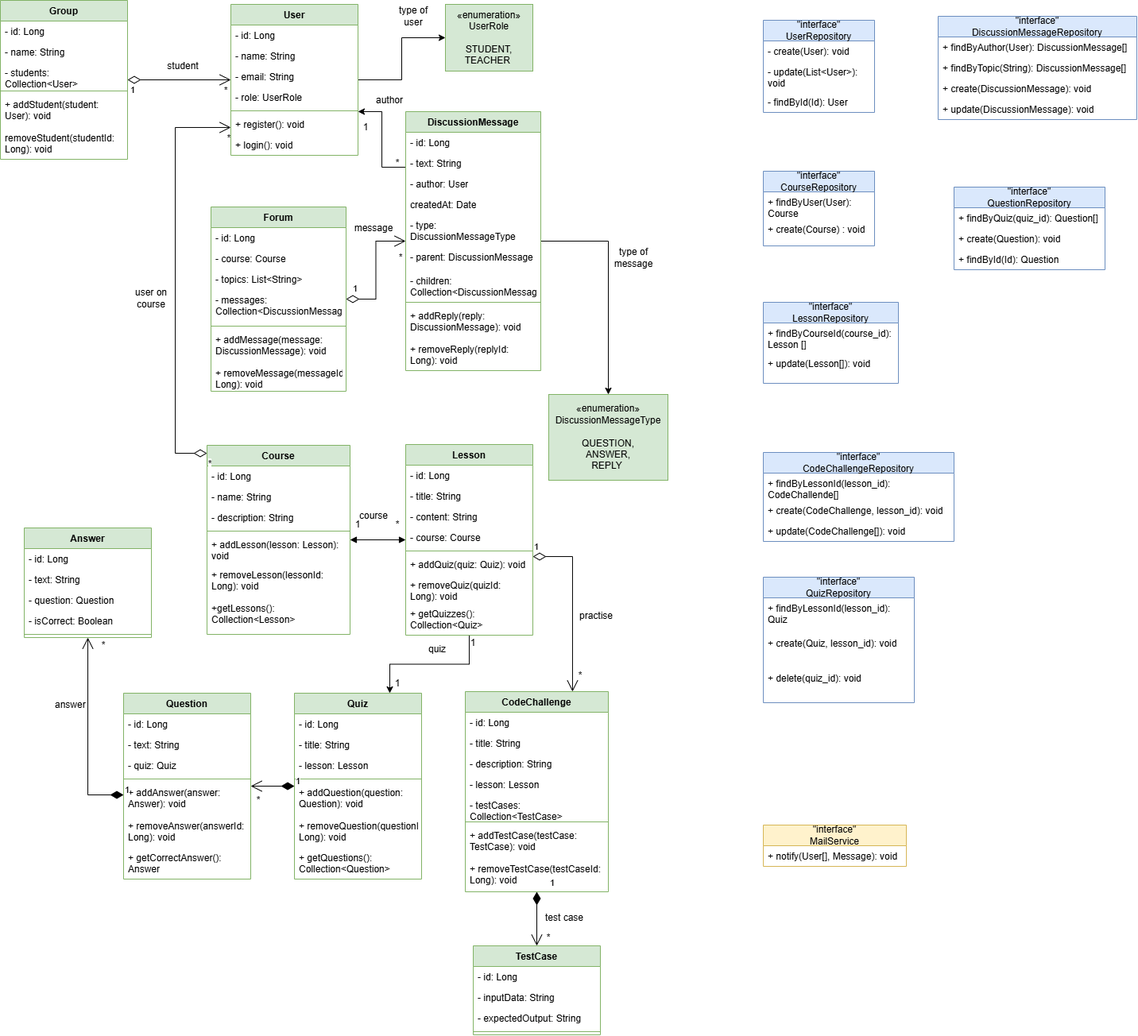
This is akademia_diagram.png from NikolajHon/Academy_Backend, a draw.io export, as it was before one commit. Source tidied: cells renumbered, new cells last; positions are measured from the earlier drawing's top-left corner, leaving out a move shared by most shapes.
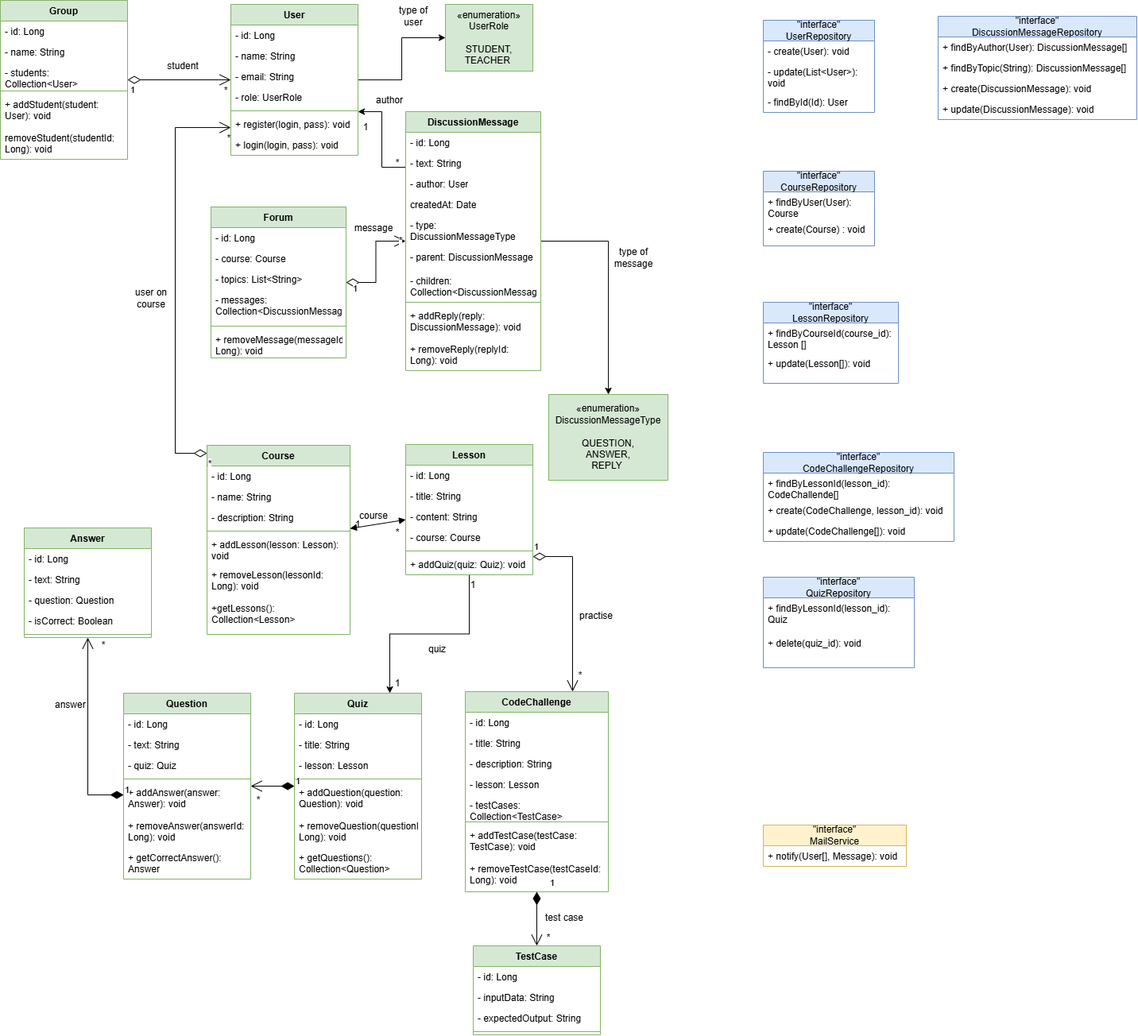
The same file after the commit.

Commit message:
fixed the links in the diagram

What changed in the source:
```diff
@@ -30,7 +30,7 @@
       <mxGeometry relative="1" as="geometry" />
     </mxCell>
     <mxCell id="11" value="Lesson " style="swimlane;fontStyle=1;align=center;verticalAlign=top;horizontal=1;startSize=26;whiteSpace=wrap;html=1;fillColor=#d5e8d4;strokeColor=#82b366;" parent="1" vertex="1">
-      <mxGeometry x="510" y="559" width="160" height="240" as="geometry" />
+      <mxGeometry x="510" y="559" width="160" height="164" as="geometry" />
     </mxCell>
     <mxCell id="12" value="- id: Long" style="text;strokeColor=none;fillColor=none;align=left;verticalAlign=top;spacingLeft=4;spacingRight=4;overflow=hidden;whiteSpace=wrap;html=1;" parent="11" vertex="1">
       <mxGeometry y="26" width="160" height="26" as="geometry" />
@@ -50,12 +50,6 @@
     <mxCell id="17" value="+&amp;nbsp;addQuiz(quiz: Quiz): void" style="text;strokeColor=none;fillColor=none;align=left;verticalAlign=top;spacingLeft=4;spacingRight=4;overflow=hidden;whiteSpace=wrap;html=1;" parent="11" vertex="1">
       <mxGeometry y="138" width="160" height="26" as="geometry" />
     </mxCell>
-    <mxCell id="18" value="+&amp;nbsp;removeQuiz(quizId: Long): void" style="text;strokeColor=none;fillColor=none;align=left;verticalAlign=top;spacingLeft=4;spacingRight=4;overflow=hidden;whiteSpace=wrap;html=1;" parent="11" vertex="1">
-      <mxGeometry y="164" width="160" height="36" as="geometry" />
-    </mxCell>
-    <mxCell id="19" value="+&amp;nbsp;getQuizzes(): Collection&amp;lt;Quiz&amp;gt;" style="text;strokeColor=none;fillColor=none;align=left;verticalAlign=top;spacingLeft=4;spacingRight=4;overflow=hidden;whiteSpace=wrap;html=1;" parent="11" vertex="1">
-      <mxGeometry y="200" width="160" height="40" as="geometry" />
-    </mxCell>
     <mxCell id="20" value="Quiz " style="swimlane;fontStyle=1;align=center;verticalAlign=top;horizontal=1;startSize=26;whiteSpace=wrap;html=1;fillColor=#d5e8d4;strokeColor=#82b366;" parent="1" vertex="1">
       <mxGeometry x="370" y="872" width="160" height="234" as="geometry" />
     </mxCell>
@@ -165,7 +159,7 @@
       <mxGeometry y="104" width="160" height="8" as="geometry" />
     </mxCell>
     <mxCell id="56" value="Forum " style="swimlane;fontStyle=1;align=center;verticalAlign=top;horizontal=1;startSize=26;whiteSpace=wrap;html=1;fillColor=#d5e8d4;strokeColor=#82b366;" parent="1" vertex="1">
-      <mxGeometry x="265" y="260" width="170" height="232" as="geometry" />
+      <mxGeometry x="265" y="260" width="170" height="190" as="geometry" />
     </mxCell>
     <mxCell id="57" value="-&amp;nbsp;id: Long" style="text;strokeColor=none;fillColor=none;align=left;verticalAlign=top;spacingLeft=4;spacingRight=4;overflow=hidden;whiteSpace=wrap;html=1;" parent="56" vertex="1">
       <mxGeometry y="26" width="170" height="26" as="geometry" />
@@ -182,11 +176,8 @@
     <mxCell id="61" style="line;strokeWidth=1;fillColor=none;align=left;verticalAlign=middle;spacingTop=-1;spacingLeft=3;spacingRight=3;labelPosition=right;strokeColor=inherit;" parent="56" vertex="1">
       <mxGeometry y="146" width="170" height="8" as="geometry" />
     </mxCell>
-    <mxCell id="62" value="+&amp;nbsp;addMessage(message: DiscussionMessage): void" style="text;strokeColor=none;fillColor=none;align=left;verticalAlign=top;spacingLeft=4;spacingRight=4;overflow=hidden;whiteSpace=wrap;html=1;" parent="56" vertex="1">
-      <mxGeometry y="154" width="170" height="42" as="geometry" />
-    </mxCell>
     <mxCell id="63" value="+&amp;nbsp;removeMessage(messageId: Long): void" style="text;strokeColor=none;fillColor=none;align=left;verticalAlign=top;spacingLeft=4;spacingRight=4;overflow=hidden;whiteSpace=wrap;html=1;" parent="56" vertex="1">
-      <mxGeometry y="196" width="170" height="36" as="geometry" />
+      <mxGeometry y="154" width="170" height="36" as="geometry" />
     </mxCell>
     <mxCell id="64" style="edgeStyle=orthogonalEdgeStyle;rounded=0;jettySize=auto;html=1;" parent="1" edge="1" source="66" target="94">
       <mxGeometry relative="1" as="geometry" />
@@ -253,10 +244,10 @@
     <mxCell id="83" style="line;strokeWidth=1;fillColor=none;align=left;verticalAlign=middle;spacingTop=-1;spacingLeft=3;spacingRight=3;labelPosition=right;strokeColor=inherit;" parent="78" vertex="1">
       <mxGeometry y="130" width="160" height="8" as="geometry" />
     </mxCell>
-    <mxCell id="84" value="+ register(): void" style="text;strokeColor=none;fillColor=none;align=left;verticalAlign=top;spacingLeft=4;spacingRight=4;overflow=hidden;whiteSpace=wrap;html=1;" parent="78" vertex="1">
+    <mxCell id="84" value="+ register(login, pass): void" style="text;strokeColor=none;fillColor=none;align=left;verticalAlign=top;spacingLeft=4;spacingRight=4;overflow=hidden;whiteSpace=wrap;html=1;" parent="78" vertex="1">
       <mxGeometry y="138" width="160" height="26" as="geometry" />
     </mxCell>
-    <mxCell id="85" value="+ login(): void" style="text;strokeColor=none;fillColor=none;align=left;verticalAlign=top;spacingLeft=4;spacingRight=4;overflow=hidden;whiteSpace=wrap;html=1;" parent="78" vertex="1">
+    <mxCell id="85" value="+ login(login, pass): void" style="text;strokeColor=none;fillColor=none;align=left;verticalAlign=top;spacingLeft=4;spacingRight=4;overflow=hidden;whiteSpace=wrap;html=1;" parent="78" vertex="1">
       <mxGeometry y="164" width="160" height="26" as="geometry" />
     </mxCell>
     <mxCell id="86" value="Group " style="swimlane;fontStyle=1;align=center;verticalAlign=top;horizontal=1;startSize=26;whiteSpace=wrap;html=1;fillColor=#d5e8d4;strokeColor=#82b366;" parent="1" vertex="1">
@@ -403,19 +394,16 @@
       <mxGeometry y="86" width="240" height="26" as="geometry" />
     </mxCell>
     <mxCell id="126" value="&quot;interface&quot;&lt;div&gt;QuizRepository&lt;/div&gt;" style="swimlane;fontStyle=0;horizontal=1;startSize=26;fillColor=#dae8fc;whiteSpace=wrap;html=1;strokeColor=#6c8ebf;" parent="1" vertex="1">
-      <mxGeometry x="960" y="726" width="190" height="158" as="geometry" />
+      <mxGeometry x="960" y="726" width="190" height="114" as="geometry" />
     </mxCell>
     <mxCell id="127" value="+ findByLessonId(lesson_id): Quiz" style="text;strokeColor=none;fillColor=none;align=left;verticalAlign=top;spacingLeft=4;spacingRight=4;overflow=hidden;whiteSpace=wrap;html=1;" parent="126" vertex="1">
       <mxGeometry y="26" width="190" height="44" as="geometry" />
     </mxCell>
-    <mxCell id="128" value="+ create(Quiz, lesson_id): void" style="text;strokeColor=none;fillColor=none;align=left;verticalAlign=top;spacingLeft=4;spacingRight=4;overflow=hidden;whiteSpace=wrap;html=1;" parent="126" vertex="1">
-      <mxGeometry y="70" width="190" height="44" as="geometry" />
-    </mxCell>
     <mxCell id="129" value="+ delete(quiz_id): void" style="text;strokeColor=none;fillColor=none;align=left;verticalAlign=top;spacingLeft=4;spacingRight=4;overflow=hidden;whiteSpace=wrap;html=1;" parent="126" vertex="1">
-      <mxGeometry y="114" width="190" height="44" as="geometry" />
+      <mxGeometry y="70" width="190" height="44" as="geometry" />
     </mxCell>
     <mxCell id="130" value="1" style="text;strokeColor=none;align=center;fillColor=none;html=1;verticalAlign=middle;whiteSpace=wrap;rounded=0;" parent="1" vertex="1">
-      <mxGeometry x="585" y="799" width="20" height="20" as="geometry" />
+      <mxGeometry x="585" y="726" width="20" height="20" as="geometry" />
     </mxCell>
     <mxCell id="131" value="1" style="text;strokeColor=none;align=center;fillColor=none;html=1;verticalAlign=middle;whiteSpace=wrap;rounded=0;" parent="1" vertex="1">
       <mxGeometry x="490" y="850" width="20" height="20" as="geometry" />
@@ -435,18 +423,6 @@
     <mxCell id="136" value="+ update(DiscussionMessage): void" style="text;strokeColor=none;fillColor=none;align=left;verticalAlign=top;spacingLeft=4;spacingRight=4;overflow=hidden;whiteSpace=wrap;html=1;" parent="132" vertex="1">
       <mxGeometry y="104" width="250" height="26" as="geometry" />
     </mxCell>
-    <mxCell id="137" value="&quot;interface&quot;&lt;div&gt;QuestionRepository&lt;/div&gt;" style="swimlane;fontStyle=0;horizontal=1;startSize=26;fillColor=#dae8fc;whiteSpace=wrap;html=1;strokeColor=#6c8ebf;" parent="1" vertex="1">
-      <mxGeometry x="1200" y="235" width="190" height="104" as="geometry" />
-    </mxCell>
-    <mxCell id="138" value="+ findByQuiz(quiz_id): Question[]" style="text;strokeColor=none;fillColor=none;align=left;verticalAlign=top;spacingLeft=4;spacingRight=4;overflow=hidden;whiteSpace=wrap;html=1;" parent="137" vertex="1">
-      <mxGeometry y="26" width="190" height="26" as="geometry" />
-    </mxCell>
-    <mxCell id="139" value="+ create(Question): void" style="text;strokeColor=none;fillColor=none;align=left;verticalAlign=top;spacingLeft=4;spacingRight=4;overflow=hidden;whiteSpace=wrap;html=1;" parent="137" vertex="1">
-      <mxGeometry y="52" width="190" height="26" as="geometry" />
-    </mxCell>
-    <mxCell id="140" value="+ findById(Id): Question" style="text;strokeColor=none;fillColor=none;align=left;verticalAlign=top;spacingLeft=4;spacingRight=4;overflow=hidden;whiteSpace=wrap;html=1;" parent="137" vertex="1">
-      <mxGeometry y="78" width="190" height="26" as="geometry" />
-    </mxCell>
     <mxCell id="141" value="&quot;interface&quot;&lt;div&gt;MailService&lt;/div&gt;" style="swimlane;fontStyle=0;horizontal=1;startSize=26;fillColor=#fff2cc;whiteSpace=wrap;html=1;strokeColor=#d6b656;" parent="1" vertex="1">
       <mxGeometry x="960" y="1038" width="180" height="52" as="geometry" />
     </mxCell>
@@ -454,7 +430,7 @@
       <mxGeometry y="26" width="180" height="26" as="geometry" />
     </mxCell>
     <mxCell id="143" value="*" style="text;strokeColor=none;align=center;fillColor=none;html=1;verticalAlign=middle;whiteSpace=wrap;rounded=0;" parent="1" vertex="1">
-      <mxGeometry x="490" y="650" width="20" height="20" as="geometry" />
+      <mxGeometry x="490" y="660" width="20" height="20" as="geometry" />
     </mxCell>
     <mxCell id="144" value="*" style="text;strokeColor=none;align=center;fillColor=none;html=1;verticalAlign=middle;whiteSpace=wrap;rounded=0;" parent="1" vertex="1">
       <mxGeometry x="120" y="802" width="20" height="20" as="geometry" />
```
